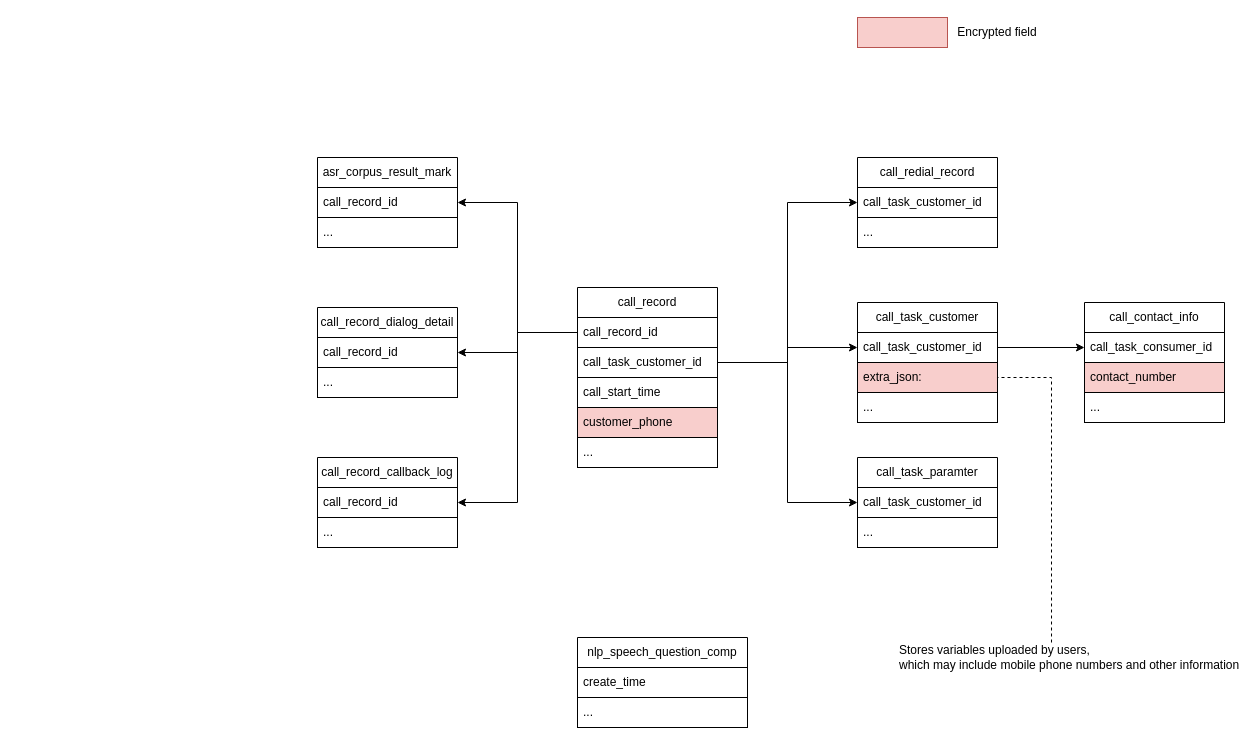
Earlier version of the draw.io diagram page "第 2 页" (2 of 2) of wiz/AUTO_PARTITION.drawio (smileLuckBoy/drowio). Source tidied: cells renumbered, new cells numbered last; positions are measured from the earlier drawing's top-left corner, leaving out a move shared by most shapes. Both pictures are drawn from the tidied source at 100%, with x=0, y=0 at pixel (317, 17).
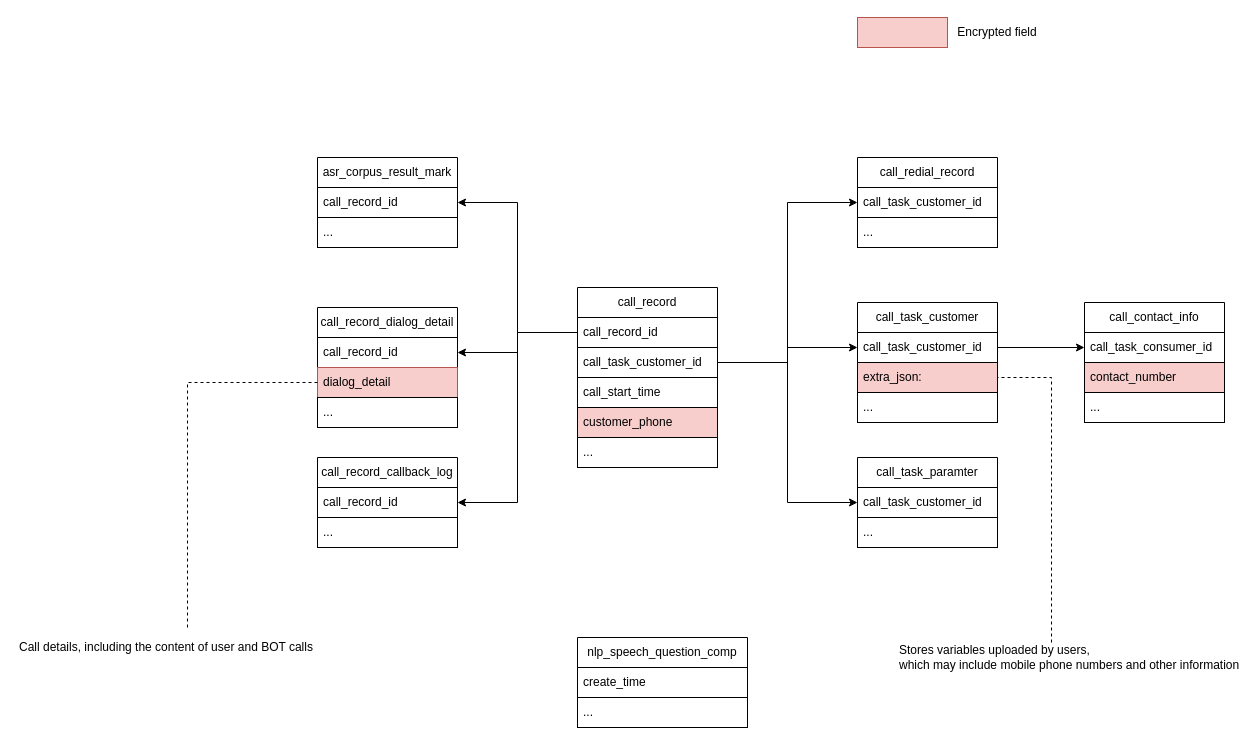
Above is the later version.

The edit, as a diff of the source:
```diff
@@
     <mxCell id="18" value="call_record_dialog_detail" style="swimlane;fontStyle=0;horizontal=1;startSize=30;whiteSpace=wrap;html=1;" parent="1" vertex="1">
-      <mxGeometry y="290" width="140" height="90" as="geometry" />
+      <mxGeometry y="290" width="140" height="120" as="geometry" />
     </mxCell>
@@
-    <mxCell id="20" value="..." style="text;strokeColor=default;fillColor=none;align=left;verticalAlign=middle;spacingLeft=4;spacingRight=4;overflow=hidden;points=[[0,0.5],[1,0.5]];portConstraint=eastwest;whiteSpace=wrap;html=1;" parent="18" vertex="1">
+    <mxCell id="20" value="dialog_detail" style="text;strokeColor=#b85450;fillColor=#f8cecc;align=left;verticalAlign=middle;spacingLeft=4;spacingRight=4;overflow=hidden;points=[[0,0.5],[1,0.5]];portConstraint=eastwest;whiteSpace=wrap;html=1;" parent="18" vertex="1">
       <mxGeometry y="60" width="140" height="30" as="geometry" />
     </mxCell>
+    <mxCell id="45" value="..." style="text;strokeColor=default;fillColor=none;align=left;verticalAlign=middle;spacingLeft=4;spacingRight=4;overflow=hidden;whiteSpace=wrap;html=1;" parent="18" vertex="1">
+      <mxGeometry y="90" width="140" height="30" as="geometry" />
+    </mxCell>
@@
+    <mxCell id="46" style="edgeStyle=orthogonalEdgeStyle;rounded=0;jettySize=auto;html=1;exitX=0.5;exitY=0;exitDx=0;exitDy=0;dashed=1;endArrow=none;startFill=0;" parent="1" edge="1" source="47" target="20">
+      <mxGeometry relative="1" as="geometry" />
+    </mxCell>
+    <mxCell id="47" value="&lt;div&gt;&lt;div&gt;&lt;div&gt;&lt;span style=&quot;white-space: pre;&quot; class=&quot;text-only&quot;&gt;Call details, including the content of user and BOT calls&lt;/span&gt;&lt;/div&gt;&lt;/div&gt;&lt;/div&gt;" style="text;html=1;align=left;verticalAlign=middle;whiteSpace=wrap;rounded=0;" parent="1" vertex="1">
+      <mxGeometry x="-300" y="610" width="340" height="40" as="geometry" />
+    </mxCell>
```
